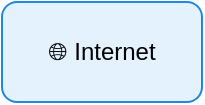
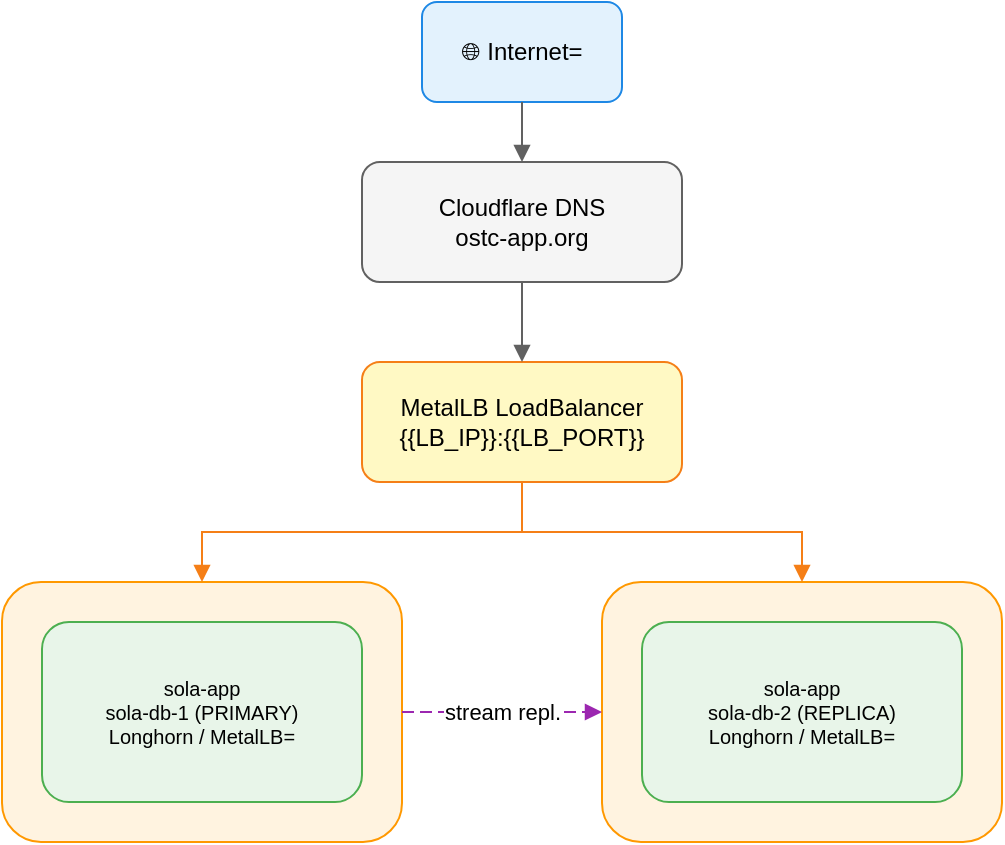
<?xml version="1.0" encoding="UTF-8"?>
- <mxfile host="app.diagrams.net" agent="Hermes Agent" version="24.2.5">
+ <mxfile host="app.diagrams.net" agent="Hermes Agent=" version="24.2.5">
  <diagram name="k3s-arhitektura" id="diagram-k3s-arhitektura.drawio">
    <mxGraphModel dx="1000" dy="600" grid="1" gridSize="10" guides="1" tooltips="1" connect="1" arrows="1" fold="1" page="1" pageScale="1" pageWidth="827" pageHeight="1169" math="0" shadow="0">
      <root>
        <mxCell id="0" />
        <mxCell id="1" parent="0" />
-         <mxCell id="d5-2" value="🌐 Internet" style="rounded=1;whiteSpace=wrap;html=1;fillColor=#E3F2FD;strokeColor=#1E88E5;fontSize=12;" vertex="1" parent="1">
+         <mxCell id="d5-2" value="🌐 Internet=" style="rounded=1;whiteSpace=wrap;html=1;fillColor=#E3F2FD;strokeColor=#1E88E5;fontSize=12;" vertex="1" parent="1">
          <mxGeometry x="250" y="10" width="100" height="50" as="geometry" />
        </mxCell>
-         <mxCell id="d5-3" value="Cloudflare DNS<br>ostc-app.org" style="rounded=1;whiteSpace=wrap;html=1;fillColor=#F5F5F5;strokeColor=#616161;fontSize=12;" vertex="1" parent="1">
+         <mxCell id="d5-3" value="Cloudflare DNS&#xa;ostc-app.org" style="rounded=1;whiteSpace=wrap;html=1;fillColor=#F5F5F5;strokeColor=#616161;fontSize=12;" vertex="1" parent="1">
          <mxGeometry x="220" y="90" width="160" height="60" as="geometry" />
        </mxCell>
-         <mxCell id="d5-4" value="MetalLB LoadBalancer<br>{{LB_IP}}:{{LB_PORT}}" style="rounded=1;whiteSpace=wrap;html=1;fillColor=#FFF9C4;strokeColor=#F57F17;fontSize=12;" vertex="1" parent="1">
+         <mxCell id="d5-4" value="MetalLB LoadBalancer&#xa;{{LB_IP}}:{{LB_PORT}}" style="rounded=1;whiteSpace=wrap;html=1;fillColor=#FFF9C4;strokeColor=#F57F17;fontSize=12;" vertex="1" parent="1">
          <mxGeometry x="220" y="190" width="160" height="60" as="geometry" />
        </mxCell>
-         <mxCell id="d5-5" value="k3s-1 (cp, etcd)<br>{{K3S_1_IP}}" style="rounded=1;whiteSpace=wrap;html=1;fillColor=#FFF3E0;strokeColor=#FF9800;fontSize=11;" vertex="1" parent="1">
+         <mxCell id="d5-5" value="k3s-1 (cp, etcd)&#xa;{{K3S_1_IP}}" style="rounded=1;whiteSpace=wrap;html=1;fillColor=#FFF3E0;strokeColor=#FF9800;fontSize=11;" vertex="1" parent="1">
          <mxGeometry x="40" y="300" width="200" height="130" as="geometry" />
        </mxCell>
-         <mxCell id="d5-6" value="k3s-2 (cp, etcd)<br>{{K3S_2_IP}}" style="rounded=1;whiteSpace=wrap;html=1;fillColor=#FFF3E0;strokeColor=#FF9800;fontSize=11;" vertex="1" parent="1">
+         <mxCell id="d5-6" value="k3s-2 (cp, etcd)&#xa;{{K3S_2_IP}}" style="rounded=1;whiteSpace=wrap;html=1;fillColor=#FFF3E0;strokeColor=#FF9800;fontSize=11;" vertex="1" parent="1">
          <mxGeometry x="340" y="300" width="200" height="130" as="geometry" />
        </mxCell>
-         <mxCell id="d5-7" value="sola-app<br>sola-db-1 (PRIMARY)<br>Longhorn / MetalLB" style="rounded=1;whiteSpace=wrap;html=1;fillColor=#E8F5E9;strokeColor=#4CAF50;fontSize=10;" vertex="1" parent="1">
+         <mxCell id="d5-7" value="sola-app&#xa;sola-db-1 (PRIMARY)&#xa;Longhorn / MetalLB=" style="rounded=1;whiteSpace=wrap;html=1;fillColor=#E8F5E9;strokeColor=#4CAF50;fontSize=10;" vertex="1" parent="1">
          <mxGeometry x="60" y="320" width="160" height="90" as="geometry" />
        </mxCell>
-         <mxCell id="d5-8" value="sola-app<br>sola-db-2 (REPLICA)<br>Longhorn / MetalLB" style="rounded=1;whiteSpace=wrap;html=1;fillColor=#E8F5E9;strokeColor=#4CAF50;fontSize=10;" vertex="1" parent="1">
+         <mxCell id="d5-8" value="sola-app&#xa;sola-db-2 (REPLICA)&#xa;Longhorn / MetalLB=" style="rounded=1;whiteSpace=wrap;html=1;fillColor=#E8F5E9;strokeColor=#4CAF50;fontSize=10;" vertex="1" parent="1">
          <mxGeometry x="360" y="320" width="160" height="90" as="geometry" />
        </mxCell>
        <mxCell id="d5-9" style="edgeStyle=orthogonalEdgeStyle;rounded=0;orthogonalLoop=1;jettySize=auto;html=1;endArrow=block;strokeColor=#616161;" edge="1" parent="1" source="d5-2" target="d5-3">
          <mxGeometry relative="1" as="geometry" />
        </mxCell>
        <mxCell id="d5-10" style="edgeStyle=orthogonalEdgeStyle;rounded=0;orthogonalLoop=1;jettySize=auto;html=1;endArrow=block;strokeColor=#616161;" edge="1" parent="1" source="d5-3" target="d5-4">
          <mxGeometry relative="1" as="geometry" />
        </mxCell>
        <mxCell id="d5-11" style="edgeStyle=orthogonalEdgeStyle;rounded=0;orthogonalLoop=1;jettySize=auto;html=1;endArrow=block;strokeColor=#F57F17;" edge="1" parent="1" source="d5-4" target="d5-5">
          <mxGeometry relative="1" as="geometry" />
        </mxCell>
        <mxCell id="d5-12" style="edgeStyle=orthogonalEdgeStyle;rounded=0;orthogonalLoop=1;jettySize=auto;html=1;endArrow=block;strokeColor=#F57F17;" edge="1" parent="1" source="d5-4" target="d5-6">
          <mxGeometry relative="1" as="geometry" />
        </mxCell>
        <mxCell id="d5-13" value="stream repl." style="edgeStyle=orthogonalEdgeStyle;rounded=0;orthogonalLoop=1;jettySize=auto;html=1;endArrow=block;dashed=1;dashPattern=6 3;strokeColor=#9C27B0;fontSize=11;" edge="1" parent="1" source="d5-5" target="d5-6">
          <mxGeometry relative="1" as="geometry">
            <mxPoint as="offset" />
          </mxGeometry>
        </mxCell>
      </root>
    </mxGraphModel>
  </diagram>
</mxfile>